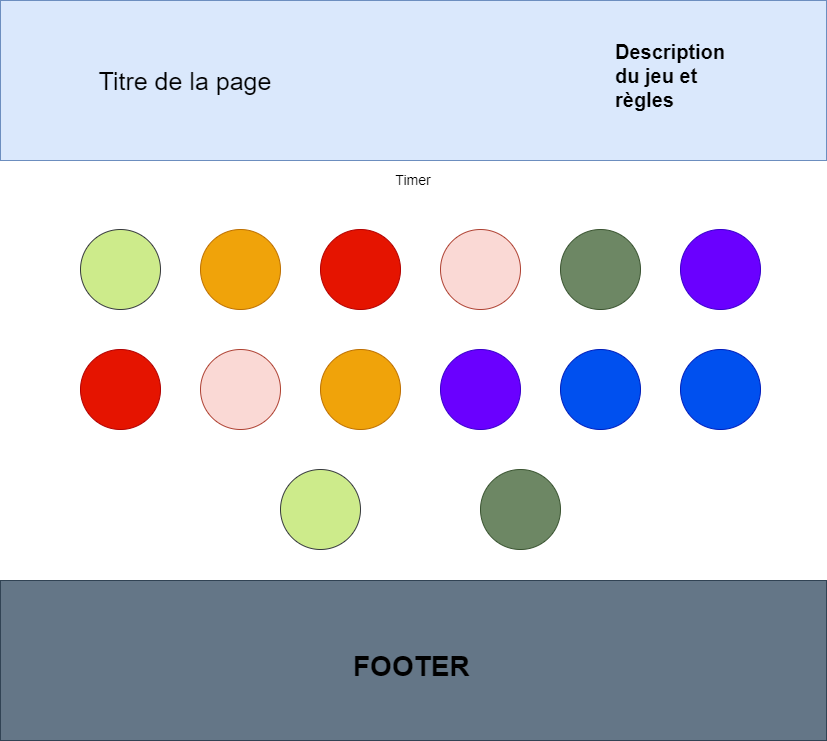
Above: Wireframe.png in AlexisFioreCode/Jeumemo (draw.io), before the change. Source tidied: cells renumbered, new cells last; positions are measured from the earlier drawing's top-left corner, leaving out a move shared by most shapes.
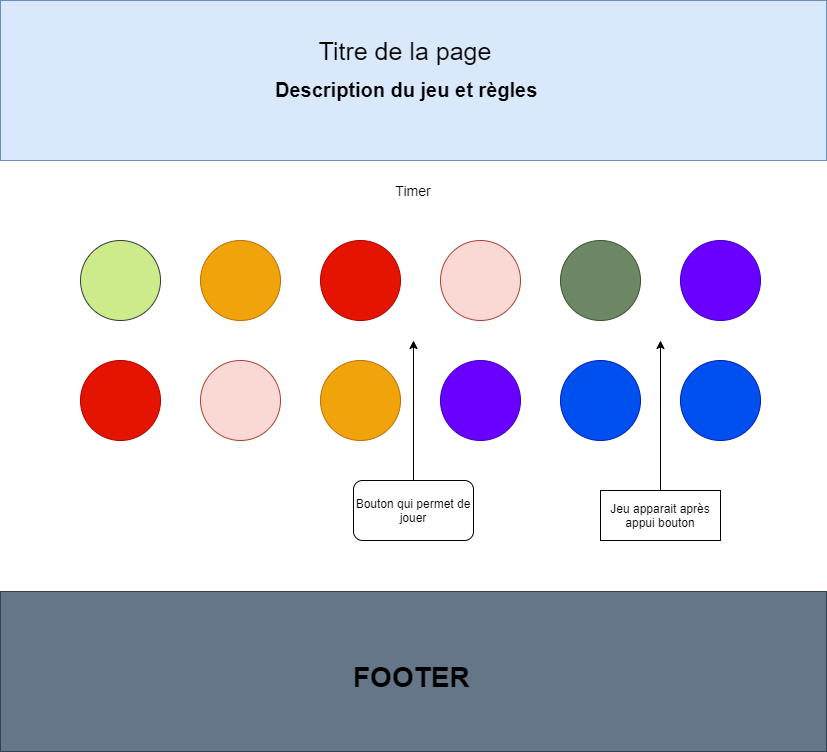
Above is the later version.

What changed in the source:
```diff
@@ -6,13 +6,13 @@
       <mxGeometry x="393" y="169" width="40" height="20" as="geometry" />
     </mxCell>
     <mxCell id="3" style="rounded=0;whiteSpace=wrap;html=1;fillColor=#dae8fc;strokeColor=#6c8ebf;" parent="1" vertex="1">
-      <mxGeometry width="826" height="160" as="geometry" />
+      <mxGeometry y="-11" width="826" height="160" as="geometry" />
     </mxCell>
     <mxCell id="4" value="Titre de la page" style="text;html=1;strokeColor=none;fillColor=none;align=center;verticalAlign=middle;whiteSpace=wrap;rounded=0;fontSize=25;" parent="1" vertex="1">
-      <mxGeometry x="60" y="30" width="250" height="100" as="geometry" />
+      <mxGeometry x="280" y="-11" width="250" height="100" as="geometry" />
     </mxCell>
     <mxCell id="5" value="&lt;h1 style=&quot;font-size: 20px;&quot;&gt;Description du jeu et règles&lt;/h1&gt;" style="text;html=1;strokeColor=none;fillColor=none;spacing=5;spacingTop=-20;whiteSpace=wrap;overflow=hidden;rounded=0;fontSize=20;" parent="1" vertex="1">
-      <mxGeometry x="610" y="37.2" width="120" height="85.5" as="geometry" />
+      <mxGeometry x="270" y="63.5" width="360" height="85.5" as="geometry" />
     </mxCell>
     <mxCell id="6" style="ellipse;whiteSpace=wrap;html=1;fontSize=14;fillColor=#cdeb8b;strokeColor=#36393d;" parent="1" vertex="1">
       <mxGeometry x="80" y="229" width="80" height="80" as="geometry" />
@@ -50,17 +50,27 @@
     <mxCell id="17" style="ellipse;whiteSpace=wrap;html=1;fontSize=14;fillColor=#0050ef;strokeColor=#001DBC;fontColor=#ffffff;" parent="1" vertex="1">
       <mxGeometry x="680" y="349" width="80" height="80" as="geometry" />
     </mxCell>
-    <mxCell id="18" style="ellipse;whiteSpace=wrap;html=1;fontSize=14;fillColor=#cdeb8b;strokeColor=#36393d;" parent="1" vertex="1">
-      <mxGeometry x="280" y="469" width="80" height="80" as="geometry" />
-    </mxCell>
-    <mxCell id="19" style="ellipse;whiteSpace=wrap;html=1;fontSize=14;fillColor=#6d8764;strokeColor=#3A5431;" parent="1" vertex="1">
-      <mxGeometry x="480" y="469" width="80" height="80" as="geometry" />
-    </mxCell>
     <mxCell id="20" style="rounded=0;whiteSpace=wrap;html=1;fillColor=#647687;strokeColor=#314354;fontColor=#ffffff;" parent="1" vertex="1">
       <mxGeometry y="580" width="826" height="160" as="geometry" />
     </mxCell>
     <mxCell id="21" value="&lt;h1&gt;FOOTER&lt;/h1&gt;" style="text;html=1;strokeColor=none;fillColor=none;spacing=5;spacingTop=-20;whiteSpace=wrap;overflow=hidden;rounded=0;fontSize=14;" parent="1" vertex="1">
       <mxGeometry x="348" y="640.5" width="130" height="39" as="geometry" />
     </mxCell>
+    <mxCell id="22" style="edgeStyle=orthogonalEdgeStyle;rounded=0;jettySize=auto;html=1;exitX=0.5;exitY=0;exitDx=0;exitDy=0;" parent="1" edge="1" source="23">
+      <mxGeometry relative="1" as="geometry">
+        <mxPoint x="413" y="329" as="targetPoint" />
+      </mxGeometry>
+    </mxCell>
+    <mxCell id="23" value="Bouton qui permet de jouer" style="rounded=1;whiteSpace=wrap;html=1;" parent="1" vertex="1">
+      <mxGeometry x="353" y="469" width="120" height="60" as="geometry" />
+    </mxCell>
+    <mxCell id="24" style="edgeStyle=orthogonalEdgeStyle;rounded=0;jettySize=auto;html=1;" parent="1" edge="1" source="25">
+      <mxGeometry relative="1" as="geometry">
+        <mxPoint x="660" y="329" as="targetPoint" />
+      </mxGeometry>
+    </mxCell>
+    <mxCell id="25" value="Jeu apparait après appui bouton" style="rounded=0;whiteSpace=wrap;html=1;" parent="1" vertex="1">
+      <mxGeometry x="600" y="479" width="120" height="50" as="geometry" />
+    </mxCell>
   </root>
 </mxGraphModel>
```
